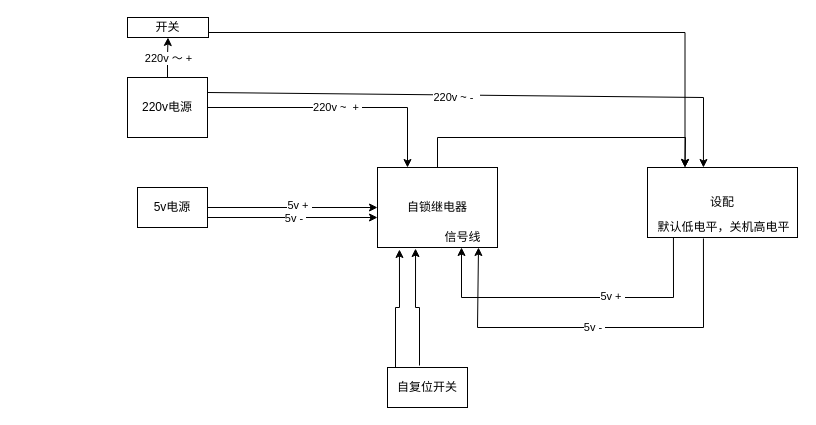
Mica-Ma/diagrams keeps this draw.io diagram as 未命名绘图.drawio. Above is the earlier version. Source tidied: cells renumbered, new cells numbered last; positions are measured from the earlier drawing's top-left corner, leaving out a move shared by most shapes. Both pictures are drawn from the tidied source at 100%, with x=0, y=0 at pixel (127, 17).
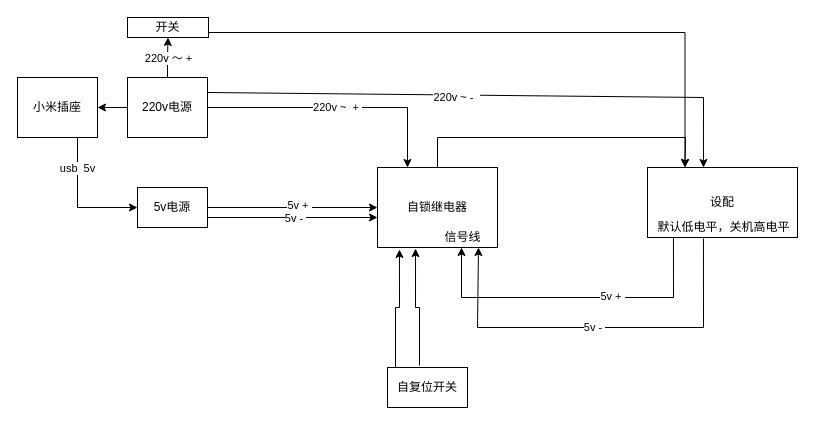
Above is the later version.

The change refers to these unchanged cells:
```xml
<mxCell id="5" value="220v电源" style="rounded=0;whiteSpace=wrap;html=1;" parent="1" vertex="1">
  <mxGeometry y="60" width="80" height="60" as="geometry" />
</mxCell>
<mxCell id="20" value="&lt;span&gt;5v电源&lt;/span&gt;" style="rounded=0;whiteSpace=wrap;html=1;" parent="1" vertex="1">
  <mxGeometry x="10" y="170" width="70" height="40" as="geometry" />
</mxCell>
```

What changed in the source:
```diff
@@
+    <mxCell id="27" style="edgeStyle=orthogonalEdgeStyle;rounded=0;jettySize=auto;html=1;" parent="1" edge="1" source="5" target="30">
+      <mxGeometry relative="1" as="geometry" />
+    </mxCell>
@@
+    <mxCell id="28" style="edgeStyle=orthogonalEdgeStyle;rounded=0;jettySize=auto;html=1;exitX=0.75;exitY=1;exitDx=0;exitDy=0;entryX=0;entryY=0.5;entryDx=0;entryDy=0;" parent="1" edge="1" source="30" target="20">
+      <mxGeometry relative="1" as="geometry" />
+    </mxCell>
+    <mxCell id="29" value="usb&amp;nbsp; 5v&lt;br&gt;" style="edgeLabel;html=1;align=center;verticalAlign=middle;" parent="28" vertex="1">
+      <mxGeometry x="-0.52" y="-1" relative="1" as="geometry">
+        <mxPoint y="-1" as="offset" />
+      </mxGeometry>
+    </mxCell>
+    <mxCell id="30" value="小米插座" style="rounded=0;whiteSpace=wrap;html=1;" parent="1" vertex="1">
+      <mxGeometry x="-110" y="60" width="80" height="60" as="geometry" />
+    </mxCell>
```
